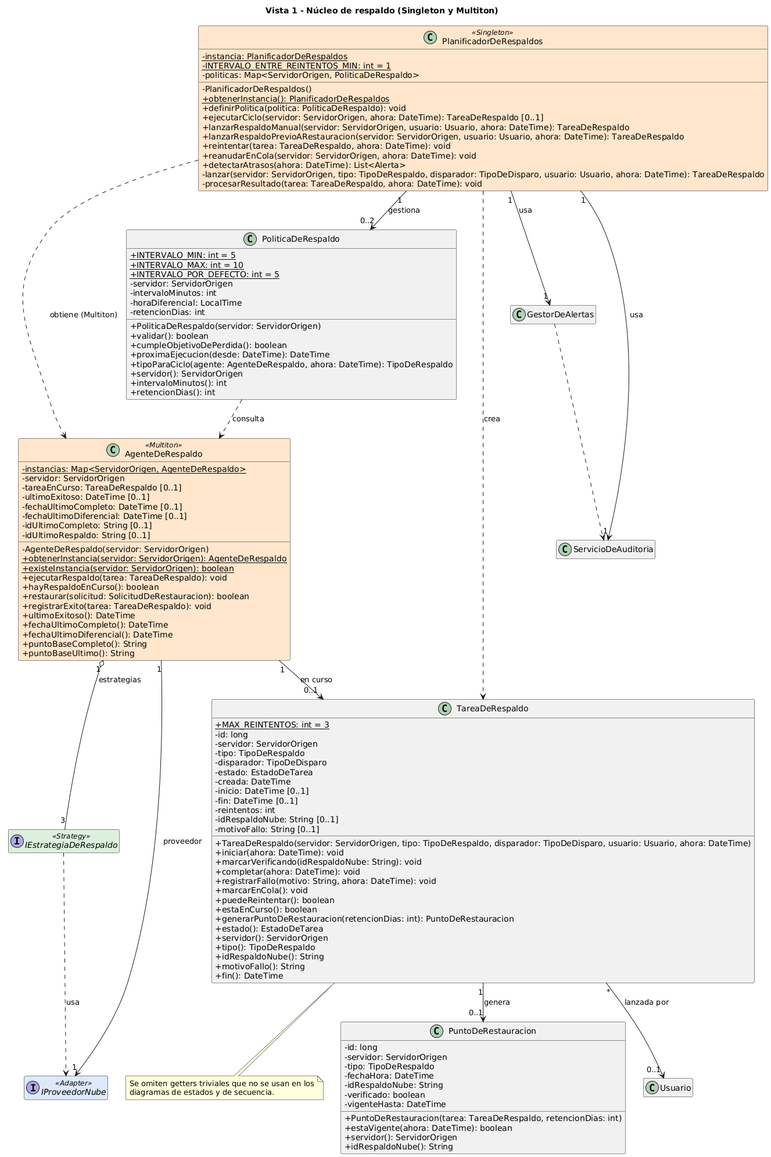
Before: diagramas/06-clases-nucleo.png, a diagram exported from PlantUML (Julito-Art/ModelacionGruipo17).
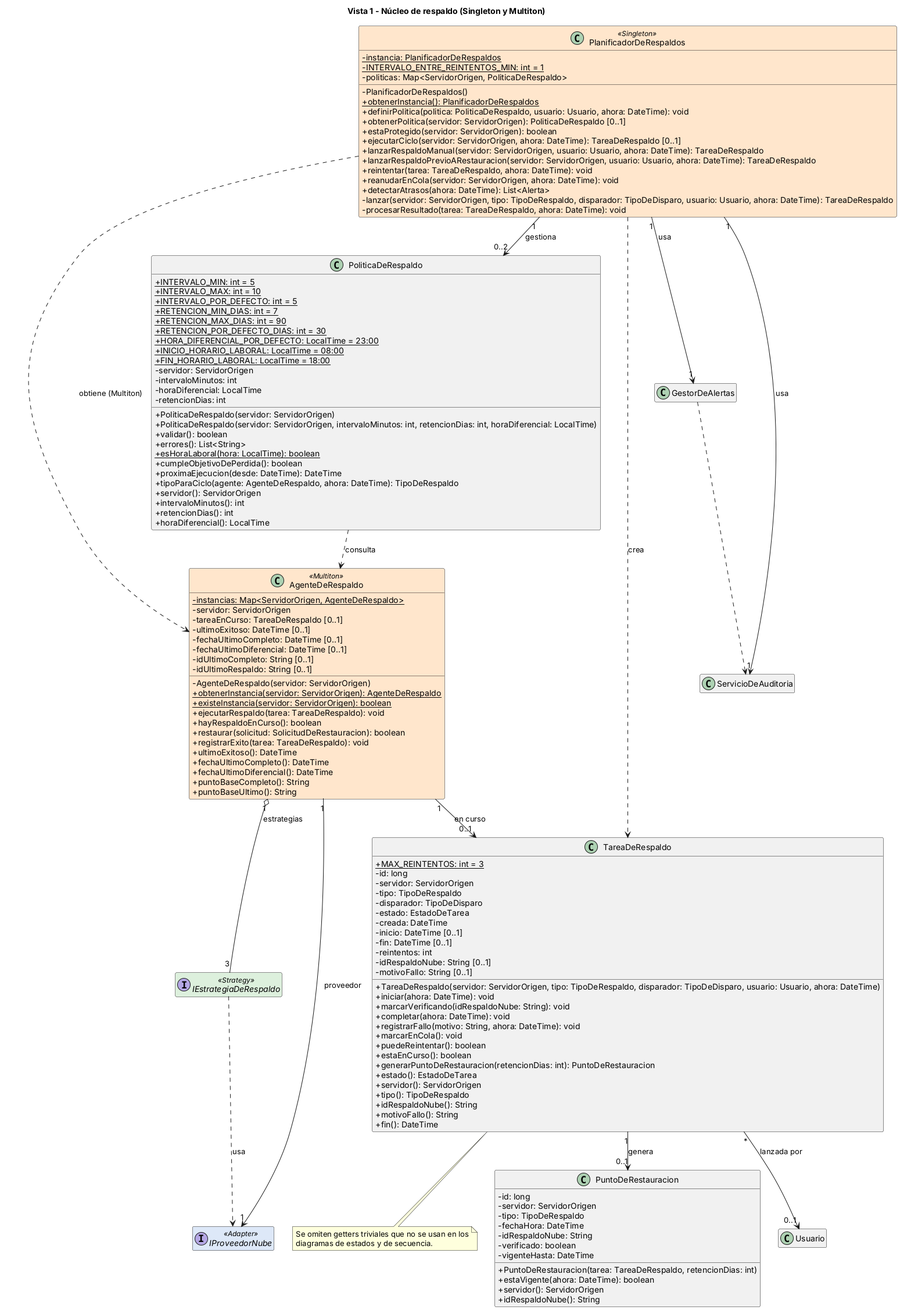
After the change.

Diff of the diagram source:
```diff
@@ -19,7 +19,9 @@
   - politicas: Map<ServidorOrigen, PoliticaDeRespaldo>
   - PlanificadorDeRespaldos()
   + {static} obtenerInstancia(): PlanificadorDeRespaldos
-  + definirPolitica(politica: PoliticaDeRespaldo): void
+  + definirPolitica(politica: PoliticaDeRespaldo, usuario: Usuario, ahora: DateTime): void
+  + obtenerPolitica(servidor: ServidorOrigen): PoliticaDeRespaldo [0..1]
+  + estaProtegido(servidor: ServidorOrigen): boolean
   + ejecutarCiclo(servidor: ServidorOrigen, ahora: DateTime): TareaDeRespaldo [0..1]
   + lanzarRespaldoManual(servidor: ServidorOrigen, usuario: Usuario, ahora: DateTime): TareaDeRespaldo
   + lanzarRespaldoPrevioARestauracion(servidor: ServidorOrigen, usuario: Usuario, ahora: DateTime): TareaDeRespaldo
@@ -55,18 +57,28 @@
   + {static} INTERVALO_MIN: int = 5
   + {static} INTERVALO_MAX: int = 10
   + {static} INTERVALO_POR_DEFECTO: int = 5
+  + {static} RETENCION_MIN_DIAS: int = 7
+  + {static} RETENCION_MAX_DIAS: int = 90
+  + {static} RETENCION_POR_DEFECTO_DIAS: int = 30
+  + {static} HORA_DIFERENCIAL_POR_DEFECTO: LocalTime = 23:00
+  + {static} INICIO_HORARIO_LABORAL: LocalTime = 08:00
+  + {static} FIN_HORARIO_LABORAL: LocalTime = 18:00
   - servidor: ServidorOrigen
   - intervaloMinutos: int
   - horaDiferencial: LocalTime
   - retencionDias: int
   + PoliticaDeRespaldo(servidor: ServidorOrigen)
+  + PoliticaDeRespaldo(servidor: ServidorOrigen, intervaloMinutos: int, retencionDias: int, horaDiferencial: LocalTime)
   + validar(): boolean
+  + errores(): List<String>
+  + {static} esHoraLaboral(hora: LocalTime): boolean
   + cumpleObjetivoDePerdida(): boolean
   + proximaEjecucion(desde: DateTime): DateTime
   + tipoParaCiclo(agente: AgenteDeRespaldo, ahora: DateTime): TipoDeRespaldo
   + servidor(): ServidorOrigen
   + intervaloMinutos(): int
   + retencionDias(): int
+  + horaDiferencial(): LocalTime
 }
 class TareaDeRespaldo {
   + {static} MAX_REINTENTOS: int = 3
```
